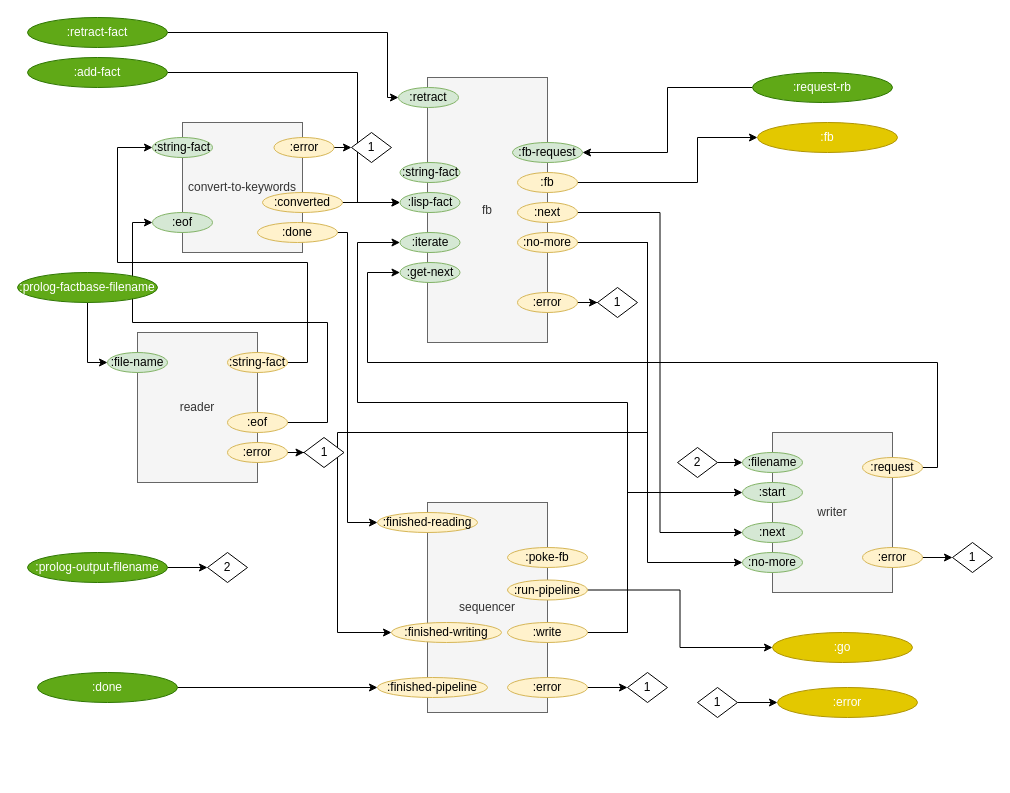
Above: page "Compiler test bed" (4 of 10) of svg/cl-compiler/doc/compiler-test-bed.drawio in bmfbp/bmfbp (draw.io), before the change. Source tidied: cells renumbered, new cells numbered last; positions are measured from the earlier drawing's top-left corner, leaving out a move shared by most shapes. Both pictures are drawn from the tidied source at 100%, with x=0, y=0 at pixel (17, 17).
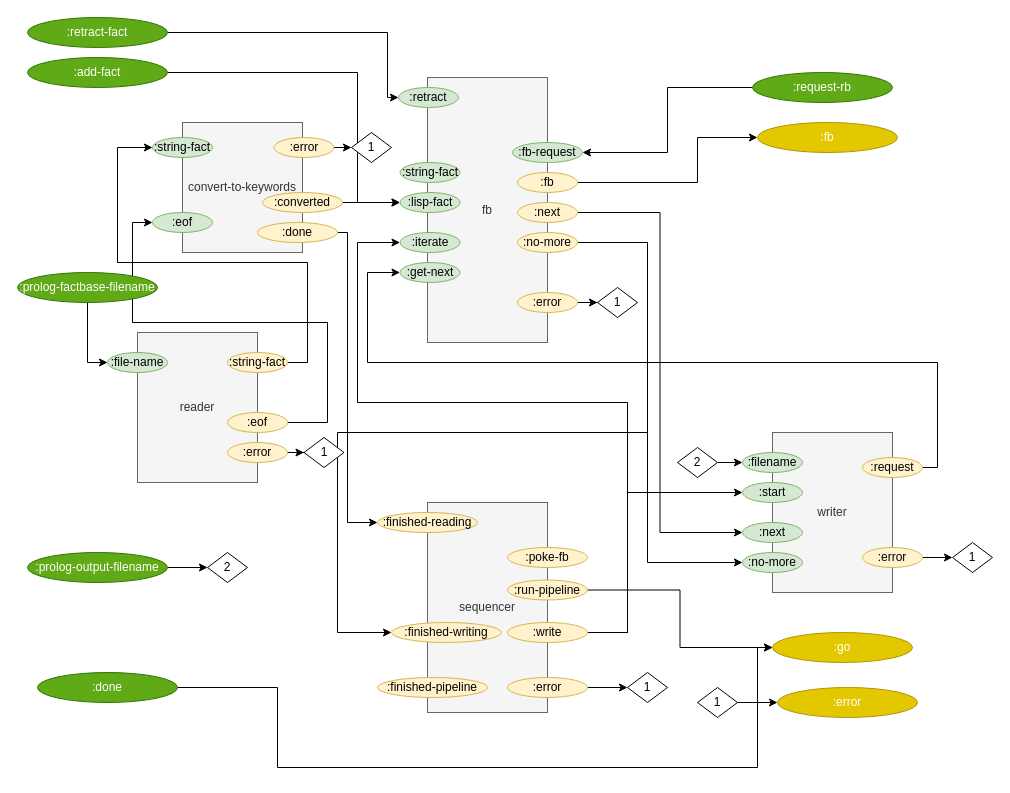
The same page after the edit.

The change refers to these unchanged cells:
```xml
<mxCell id="58" value=":finished-pipeline" style="ellipse;whiteSpace=wrap;html=1;fillColor=#fff2cc;strokeColor=#d6b656;" parent="1" vertex="1">
  <mxGeometry x="360" y="660" width="110" height="20" as="geometry" />
</mxCell>
<mxCell id="72" value=":done" style="ellipse;whiteSpace=wrap;html=1;fillColor=#60a917;strokeColor=#2D7600;fontColor=#ffffff;" parent="1" vertex="1">
  <mxGeometry x="20" y="655" width="140" height="30" as="geometry" />
</mxCell>
<mxCell id="77" value=":go" style="ellipse;whiteSpace=wrap;html=1;fillColor=#e3c800;strokeColor=#B09500;fontColor=#ffffff;" parent="1" vertex="1">
  <mxGeometry x="755" y="615" width="140" height="30" as="geometry" />
</mxCell>
```

Diff of the diagram source:
```diff
@@
-    <mxCell id="71" style="edgeStyle=orthogonalEdgeStyle;rounded=0;jettySize=auto;html=1;exitX=1;exitY=0.5;exitDx=0;exitDy=0;entryX=0;entryY=0.5;entryDx=0;entryDy=0;" parent="1" edge="1" source="72" target="58">
-      <mxGeometry relative="1" as="geometry" />
-    </mxCell>
+    <mxCell id="81" style="edgeStyle=orthogonalEdgeStyle;rounded=0;jettySize=auto;html=1;exitX=1;exitY=0.5;exitDx=0;exitDy=0;entryX=0;entryY=0.5;entryDx=0;entryDy=0;" parent="1" edge="1" source="72" target="77">
+      <mxGeometry relative="1" as="geometry">
+        <Array as="points">
+          <mxPoint x="260" y="670" />
+          <mxPoint x="260" y="750" />
+          <mxPoint x="740" y="750" />
+          <mxPoint x="740" y="630" />
+        </Array>
+      </mxGeometry>
+    </mxCell>
```
